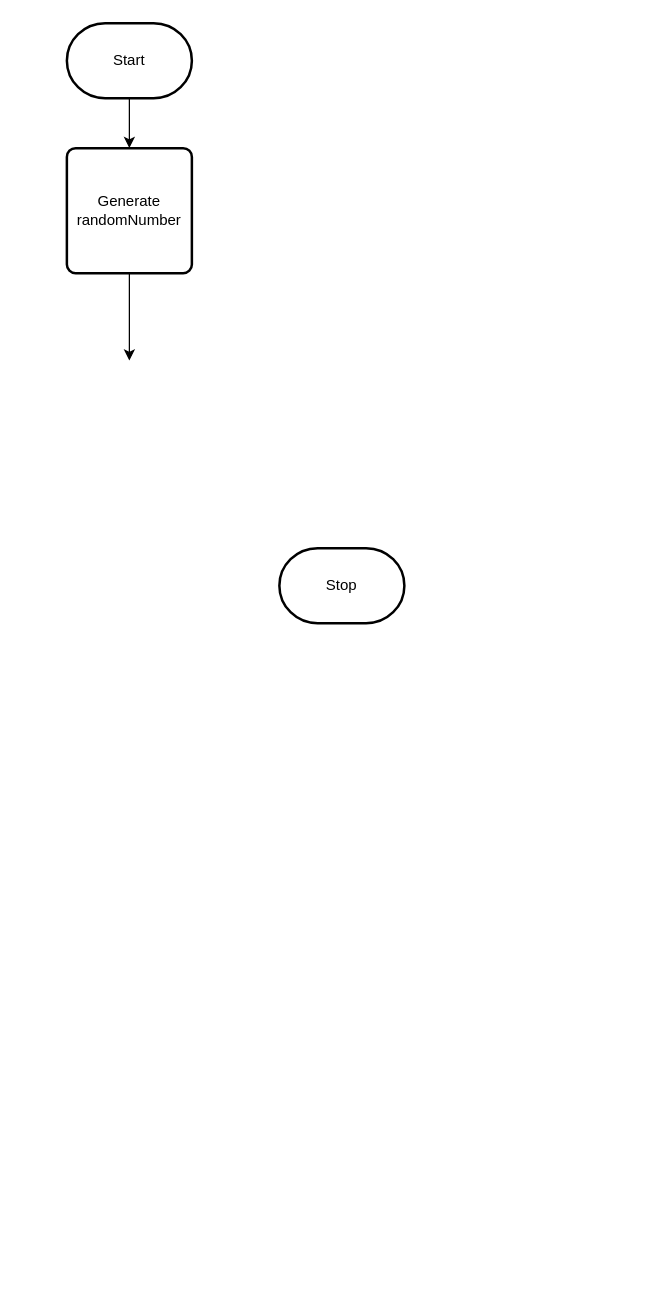
Above: design/flowchart.drawio in MTHS-ICD2O-1-2023/ICD2O-Unit-5-01-clara-tyman (draw.io), before the change. Source tidied: cells renumbered, new cells numbered last; positions are measured from the earlier drawing's top-left corner, leaving out a move shared by most shapes. Both pictures are drawn from the tidied source at 125%, with x=0, y=0 at pixel (66, 22).
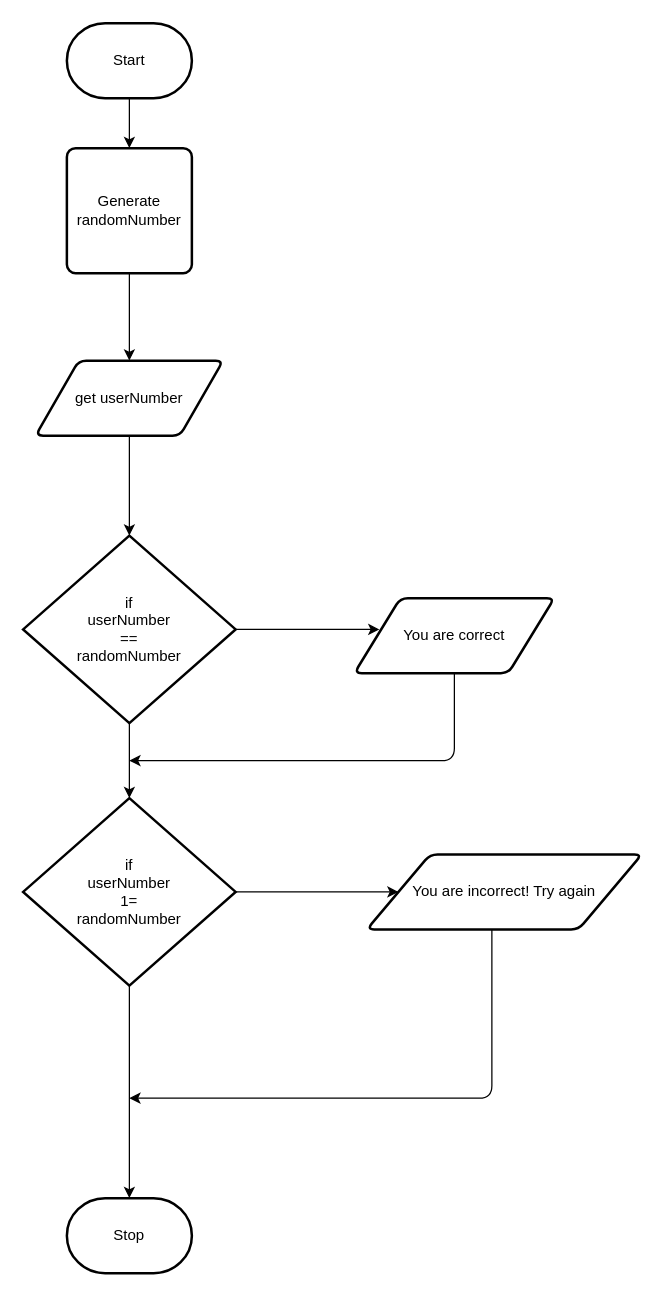
The same diagram, later.

Change to the diagram source:
```diff
@@
     <mxCell id="4" value="Stop" style="strokeWidth=2;html=1;shape=mxgraph.flowchart.terminator;whiteSpace=wrap;" parent="1" vertex="1">
-      <mxGeometry x="170" y="420" width="100" height="60" as="geometry" />
+      <mxGeometry y="940" width="100" height="60" as="geometry" />
     </mxCell>
@@
+    <mxCell id="7" style="edgeStyle=none;html=1;entryX=0.5;entryY=0;entryDx=0;entryDy=0;entryPerimeter=0;" parent="1" edge="1" source="8" target="11">
+      <mxGeometry relative="1" as="geometry" />
+    </mxCell>
+    <mxCell id="8" value="get userNumber" style="shape=parallelogram;html=1;strokeWidth=2;perimeter=parallelogramPerimeter;whiteSpace=wrap;rounded=1;arcSize=12;size=0.23;" parent="1" vertex="1">
+      <mxGeometry x="-25" y="270" width="150" height="60" as="geometry" />
+    </mxCell>
+    <mxCell id="9" style="edgeStyle=none;html=1;" parent="1" edge="1" source="11">
+      <mxGeometry relative="1" as="geometry">
+        <mxPoint x="250" y="485" as="targetPoint" />
+      </mxGeometry>
+    </mxCell>
+    <mxCell id="10" style="edgeStyle=none;html=1;entryX=0.5;entryY=0;entryDx=0;entryDy=0;entryPerimeter=0;" parent="1" edge="1" source="11" target="18">
+      <mxGeometry relative="1" as="geometry" />
+    </mxCell>
+    <mxCell id="11" value="if&lt;br&gt;userNumber&lt;br&gt;==&lt;br&gt;randomNumber" style="strokeWidth=2;html=1;shape=mxgraph.flowchart.decision;whiteSpace=wrap;" parent="1" vertex="1">
+      <mxGeometry x="-35" y="410" width="170" height="150" as="geometry" />
+    </mxCell>
+    <mxCell id="12" style="edgeStyle=orthogonalEdgeStyle;html=1;" parent="1" edge="1" source="13">
+      <mxGeometry relative="1" as="geometry">
+        <mxPoint x="50" y="590" as="targetPoint" />
+        <Array as="points">
+          <mxPoint x="310" y="590" />
+        </Array>
+      </mxGeometry>
+    </mxCell>
+    <mxCell id="13" value="You are correct" style="shape=parallelogram;html=1;strokeWidth=2;perimeter=parallelogramPerimeter;whiteSpace=wrap;rounded=1;arcSize=12;size=0.23;" parent="1" vertex="1">
+      <mxGeometry x="230" y="460" width="160" height="60" as="geometry" />
+    </mxCell>
+    <mxCell id="14" style="edgeStyle=orthogonalEdgeStyle;html=1;" parent="1" edge="1" source="15">
+      <mxGeometry relative="1" as="geometry">
+        <mxPoint x="50" y="860" as="targetPoint" />
+        <Array as="points">
+          <mxPoint x="340" y="860" />
+        </Array>
+      </mxGeometry>
+    </mxCell>
+    <mxCell id="15" value="You are incorrect! Try again" style="shape=parallelogram;html=1;strokeWidth=2;perimeter=parallelogramPerimeter;whiteSpace=wrap;rounded=1;arcSize=12;size=0.23;" parent="1" vertex="1">
+      <mxGeometry x="240" y="665" width="220" height="60" as="geometry" />
+    </mxCell>
+    <mxCell id="16" style="edgeStyle=none;html=1;entryX=0;entryY=0.5;entryDx=0;entryDy=0;" parent="1" edge="1" source="18" target="15">
+      <mxGeometry relative="1" as="geometry" />
+    </mxCell>
+    <mxCell id="17" style="edgeStyle=orthogonalEdgeStyle;html=1;" parent="1" edge="1" source="18" target="4">
+      <mxGeometry relative="1" as="geometry" />
+    </mxCell>
+    <mxCell id="18" value="if&lt;br&gt;userNumber&lt;br&gt;1=&lt;br&gt;randomNumber" style="strokeWidth=2;html=1;shape=mxgraph.flowchart.decision;whiteSpace=wrap;" parent="1" vertex="1">
+      <mxGeometry x="-35" y="620" width="170" height="150" as="geometry" />
+    </mxCell>
```
